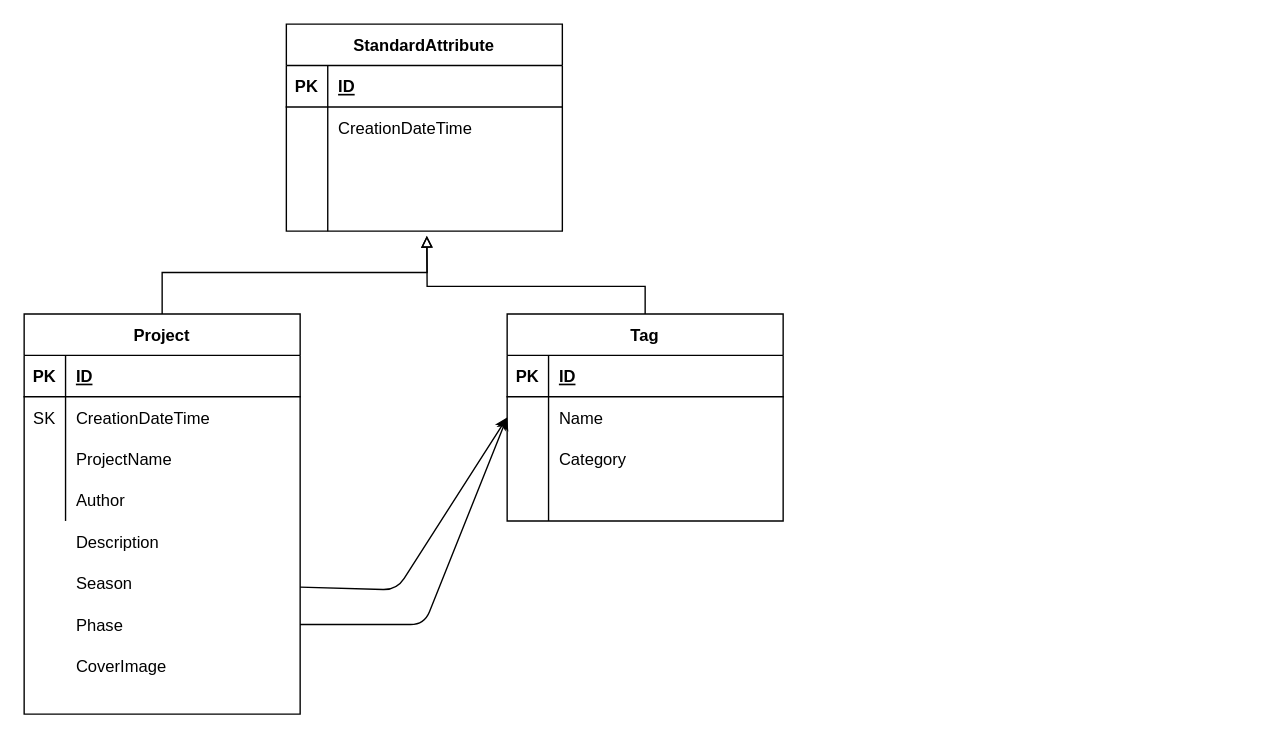
Earlier version of the draw.io diagram page "Data Model" (4 of 4) of .drawio/4d-adidas.drawio (jolo-dev/cdk-restapi-stack). Source tidied: cells renumbered, new cells numbered last; positions are measured from the earlier drawing's top-left corner, leaving out a move shared by most shapes. Both pictures are drawn from the tidied source at 138%, with x=0, y=0 at pixel (23, 23).
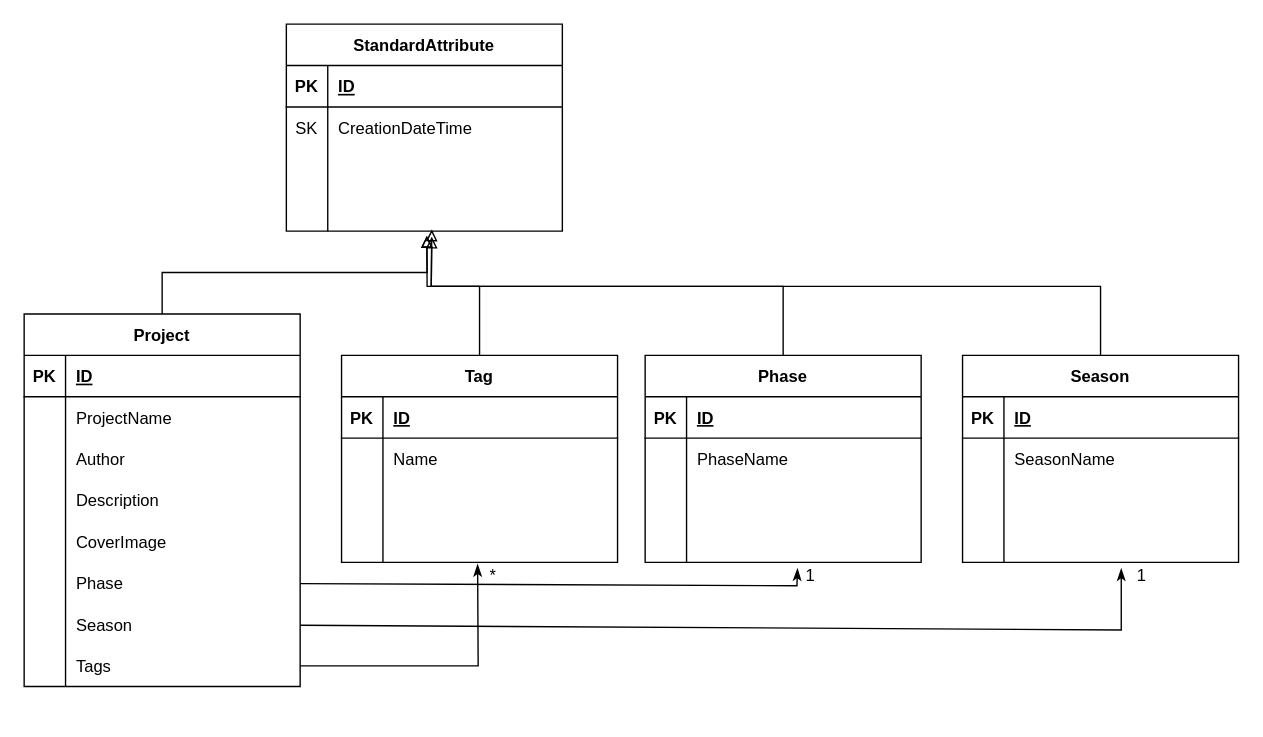
Above is the later version.

The change refers to these unchanged cells:
```xml
<mxCell id="16" style="shape=partialRectangle;fillColor=none;top=0;left=0;bottom=0;right=0;" parent="1" vertex="1">
  <mxGeometry y="360" width="200" height="30" as="geometry" />
</mxCell>
<mxCell id="26" value="Tag" style="shape=table;startSize=30;childLayout=tableLayout;rowLines=0;fontStyle=1;align=center;" parent="25" vertex="1">
  <mxGeometry width="200" height="150" as="geometry" />
</mxCell>
<mxCell id="30" style="shape=partialRectangle;fillColor=none;top=0;left=0;bottom=0;right=0;points=[[0,0.5],[1,0.5]];portConstraint=eastwest;" parent="26" vertex="1">
  <mxGeometry y="60" width="200" height="30" as="geometry" />
</mxCell>
<mxCell id="36" style="shape=partialRectangle;fillColor=none;top=0;left=0;bottom=0;right=0;points=[[0,0.5],[1,0.5]];portConstraint=eastwest;" parent="26" vertex="1">
  <mxGeometry y="120" width="200" height="30" as="geometry" />
</mxCell>
<mxCell id="47" style="shape=partialRectangle;fillColor=none;top=0;left=0;bottom=0;right=0;" parent="43" vertex="1">
  <mxGeometry y="60" width="200" height="30" as="geometry" />
</mxCell>
<mxCell id="53" style="shape=partialRectangle;fillColor=none;top=0;left=0;bottom=0;right=0;points=[[0,0.5],[1,0.5]];portConstraint=eastwest;" parent="43" vertex="1">
  <mxGeometry y="120" width="200" height="30" as="geometry" />
</mxCell>
```

Change to the diagram source:
```diff
@@
     <mxCell id="3" value="Project" style="shape=table;startSize=30;childLayout=tableLayout;rowLines=0;fontStyle=1;align=center;" parent="1" vertex="1">
-      <mxGeometry y="210" width="200" height="290" as="geometry" />
+      <mxGeometry y="210" width="200" height="270" as="geometry" />
     </mxCell>
@@
-    <mxCell id="7" style="shape=partialRectangle;fillColor=none;top=0;left=0;bottom=0;right=0;" parent="3" vertex="1">
-      <mxGeometry y="60" width="200" height="30" as="geometry" />
-    </mxCell>
-    <mxCell id="8" value="SK" style="shape=partialRectangle;fillColor=none;top=0;left=0;bottom=0;right=0;overflow=hidden;" parent="7" vertex="1">
-      <mxGeometry width="30" height="30" as="geometry" />
-    </mxCell>
-    <mxCell id="9" value="CreationDateTime" style="shape=partialRectangle;fillColor=none;top=0;left=0;bottom=0;right=0;align=left;spacingLeft=6;overflow=hidden;" parent="7" vertex="1">
-      <mxGeometry x="30" width="170" height="30" as="geometry" />
-    </mxCell>
     <mxCell id="10" style="shape=partialRectangle;fillColor=none;top=0;left=0;bottom=0;right=0;" parent="3" vertex="1">
-      <mxGeometry y="90" width="200" height="30" as="geometry" />
+      <mxGeometry y="60" width="200" height="30" as="geometry" />
     </mxCell>
@@
     <mxCell id="13" style="shape=partialRectangle;fillColor=none;top=0;left=0;bottom=0;right=0;" parent="3" vertex="1">
-      <mxGeometry y="120" width="200" height="30" as="geometry" />
+      <mxGeometry y="90" width="200" height="30" as="geometry" />
     </mxCell>
@@
+    <mxCell id="57" style="shape=partialRectangle;fillColor=none;top=0;left=0;bottom=0;right=0;" parent="3" vertex="1">
+      <mxGeometry y="120" width="200" height="30" as="geometry" />
+    </mxCell>
+    <mxCell id="58" style="shape=partialRectangle;fillColor=none;top=0;left=0;bottom=0;right=0;overflow=hidden;" parent="57" vertex="1">
+      <mxGeometry width="30" height="30" as="geometry" />
+    </mxCell>
+    <mxCell id="18" value="Description" style="shape=partialRectangle;fillColor=none;top=0;left=0;bottom=0;right=0;align=left;spacingLeft=6;overflow=hidden;" parent="57" vertex="1">
+      <mxGeometry x="30" width="170" height="30" as="geometry" />
+    </mxCell>
+    <mxCell id="59" style="shape=partialRectangle;fillColor=none;top=0;left=0;bottom=0;right=0;" parent="3" vertex="1">
+      <mxGeometry y="150" width="200" height="30" as="geometry" />
+    </mxCell>
+    <mxCell id="60" style="shape=partialRectangle;fillColor=none;top=0;left=0;bottom=0;right=0;overflow=hidden;" parent="59" vertex="1">
+      <mxGeometry width="30" height="30" as="geometry" />
+    </mxCell>
+    <mxCell id="41" value="CoverImage" style="shape=partialRectangle;fillColor=none;top=0;left=0;bottom=0;right=0;align=left;spacingLeft=6;overflow=hidden;" parent="59" vertex="1">
+      <mxGeometry x="30" width="170" height="30" as="geometry" />
+    </mxCell>
+    <mxCell id="61" style="shape=partialRectangle;fillColor=none;top=0;left=0;bottom=0;right=0;points=[[0,0.5],[1,0.5]];portConstraint=eastwest;" parent="3" vertex="1">
+      <mxGeometry y="180" width="200" height="30" as="geometry" />
+    </mxCell>
+    <mxCell id="62" style="shape=partialRectangle;fillColor=none;top=0;left=0;bottom=0;right=0;overflow=hidden;" parent="61" vertex="1">
+      <mxGeometry width="30" height="30" as="geometry" />
+    </mxCell>
+    <mxCell id="24" value="Phase" style="shape=partialRectangle;fillColor=none;top=0;left=0;bottom=0;right=0;align=left;spacingLeft=6;overflow=hidden;" parent="61" vertex="1">
+      <mxGeometry x="30" width="170" height="30" as="geometry" />
+    </mxCell>
+    <mxCell id="63" style="shape=partialRectangle;fillColor=none;top=0;left=0;bottom=0;right=0;points=[[0,0.5],[1,0.5]];portConstraint=eastwest;" parent="3" vertex="1">
+      <mxGeometry y="210" width="200" height="30" as="geometry" />
+    </mxCell>
+    <mxCell id="64" style="shape=partialRectangle;fillColor=none;top=0;left=0;bottom=0;right=0;overflow=hidden;" parent="63" vertex="1">
+      <mxGeometry width="30" height="30" as="geometry" />
+    </mxCell>
+    <mxCell id="21" value="Season" style="shape=partialRectangle;fillColor=none;top=0;left=0;bottom=0;right=0;align=left;spacingLeft=6;overflow=hidden;" parent="63" vertex="1">
+      <mxGeometry x="30" width="170" height="30" as="geometry" />
+    </mxCell>
+    <mxCell id="65" style="shape=partialRectangle;fillColor=none;top=0;left=0;bottom=0;right=0;points=[[0,0.5],[1,0.5]];portConstraint=eastwest;" parent="3" vertex="1">
+      <mxGeometry y="240" width="200" height="30" as="geometry" />
+    </mxCell>
+    <mxCell id="66" style="shape=partialRectangle;fillColor=none;top=0;left=0;bottom=0;right=0;overflow=hidden;" parent="65" vertex="1">
+      <mxGeometry width="30" height="30" as="geometry" />
+    </mxCell>
+    <mxCell id="67" value="Tags" style="shape=partialRectangle;fillColor=none;top=0;left=0;bottom=0;right=0;align=left;spacingLeft=6;overflow=hidden;" parent="65" vertex="1">
+      <mxGeometry x="30" width="170" height="30" as="geometry" />
+    </mxCell>
@@
-    <mxCell id="18" value="Description" style="shape=partialRectangle;fillColor=none;top=0;left=0;bottom=0;right=0;align=left;spacingLeft=6;overflow=hidden;" parent="16" vertex="1">
-      <mxGeometry x="30" width="170" height="30" as="geometry" />
-    </mxCell>
-    <mxCell id="19" style="edgeStyle=none;html=1;entryX=0;entryY=0.5;entryDx=0;entryDy=0;" parent="1" edge="1" source="20" target="30">
-      <mxGeometry relative="1" as="geometry">
-        <Array as="points">
-          <mxPoint x="270" y="410" />
-        </Array>
-      </mxGeometry>
-    </mxCell>
-    <mxCell id="20" style="shape=partialRectangle;fillColor=none;top=0;left=0;bottom=0;right=0;points=[[0,0.5],[1,0.5]];portConstraint=eastwest;" parent="1" vertex="1">
-      <mxGeometry y="390" width="200" height="30" as="geometry" />
-    </mxCell>
-    <mxCell id="21" value="Season" style="shape=partialRectangle;fillColor=none;top=0;left=0;bottom=0;right=0;align=left;spacingLeft=6;overflow=hidden;" parent="20" vertex="1">
-      <mxGeometry x="30" width="170" height="30" as="geometry" />
-    </mxCell>
-    <mxCell id="22" style="edgeStyle=none;html=1;entryX=0;entryY=0.5;entryDx=0;entryDy=0;" parent="1" edge="1" source="23" target="30">
-      <mxGeometry relative="1" as="geometry">
-        <Array as="points">
-          <mxPoint x="290" y="435" />
-        </Array>
-      </mxGeometry>
-    </mxCell>
-    <mxCell id="23" style="shape=partialRectangle;fillColor=none;top=0;left=0;bottom=0;right=0;points=[[0,0.5],[1,0.5]];portConstraint=eastwest;" parent="1" vertex="1">
-      <mxGeometry y="420" width="200" height="30" as="geometry" />
-    </mxCell>
-    <mxCell id="24" value="Phase" style="shape=partialRectangle;fillColor=none;top=0;left=0;bottom=0;right=0;align=left;spacingLeft=6;overflow=hidden;" parent="23" vertex="1">
-      <mxGeometry x="30" width="170" height="30" as="geometry" />
-    </mxCell>
     <mxCell id="25" style="group;" parent="1" vertex="1">
-      <mxGeometry x="350" y="210" width="200" height="150" as="geometry" />
+      <mxGeometry x="230" y="240" width="200" height="150" as="geometry" />
     </mxCell>
@@
-    <mxCell id="39" value="Category" style="shape=partialRectangle;fillColor=none;top=0;left=0;bottom=0;right=0;align=left;spacingLeft=6;overflow=hidden;" parent="25" vertex="1">
-      <mxGeometry x="30" y="90" width="170" height="30" as="geometry" />
-    </mxCell>
-    <mxCell id="40" style="shape=partialRectangle;fillColor=none;top=0;left=0;bottom=0;right=0;" parent="1" vertex="1">
-      <mxGeometry y="450" width="200" height="30" as="geometry" />
-    </mxCell>
-    <mxCell id="41" value="CoverImage" style="shape=partialRectangle;fillColor=none;top=0;left=0;bottom=0;right=0;align=left;spacingLeft=6;overflow=hidden;" parent="40" vertex="1">
-      <mxGeometry x="30" width="170" height="30" as="geometry" />
-    </mxCell>
@@
-    <mxCell id="48" style="shape=partialRectangle;fillColor=none;top=0;left=0;bottom=0;right=0;overflow=hidden;" parent="47" vertex="1">
+    <mxCell id="48" value="SK" style="shape=partialRectangle;fillColor=none;top=0;left=0;bottom=0;right=0;overflow=hidden;" parent="47" vertex="1">
       <mxGeometry width="30" height="30" as="geometry" />
     </mxCell>
@@
-    <mxCell id="56" style="edgeStyle=none;rounded=0;html=1;entryX=0.509;entryY=1.117;entryDx=0;entryDy=0;entryPerimeter=0;endArrow=block;endFill=0;" parent="1" edge="1" source="26" target="53">
+    <mxCell id="56" style="edgeStyle=none;rounded=0;html=1;entryX=0.509;entryY=1.117;entryDx=0;entryDy=0;entryPerimeter=0;endArrow=block;endFill=0;exitX=0.5;exitY=0;exitDx=0;exitDy=0;" parent="1" edge="1" source="26" target="53">
       <mxGeometry relative="1" as="geometry">
         <Array as="points">
-          <mxPoint x="450" y="190" />
+          <mxPoint x="330" y="190" />
           <mxPoint x="292" y="190" />
         </Array>
       </mxGeometry>
     </mxCell>
+    <mxCell id="68" style="edgeStyle=none;rounded=0;html=1;entryX=0.527;entryY=1.133;entryDx=0;entryDy=0;entryPerimeter=0;endArrow=block;endFill=0;" parent="1" edge="1" source="69" target="53">
+      <mxGeometry relative="1" as="geometry">
+        <Array as="points">
+          <mxPoint x="780" y="190" />
+          <mxPoint x="295" y="190" />
+        </Array>
+      </mxGeometry>
+    </mxCell>
+    <mxCell id="69" value="Season" style="shape=table;startSize=30;childLayout=tableLayout;rowLines=0;fontStyle=1;align=center;" parent="1" vertex="1">
+      <mxGeometry x="680" y="240" width="200" height="150" as="geometry" />
+    </mxCell>
+    <mxCell id="70" style="shape=partialRectangle;fillColor=none;top=0;left=0;bottom=1;right=0;" parent="69" vertex="1">
+      <mxGeometry y="30" width="200" height="30" as="geometry" />
+    </mxCell>
+    <mxCell id="71" value="PK" style="shape=partialRectangle;fillColor=none;top=0;left=0;bottom=0;right=0;fontStyle=1;overflow=hidden;" parent="70" vertex="1">
+      <mxGeometry width="30" height="30" as="geometry" />
+    </mxCell>
+    <mxCell id="72" value="ID" style="shape=partialRectangle;fillColor=none;top=0;left=0;bottom=0;right=0;align=left;spacingLeft=6;fontStyle=5;overflow=hidden;" parent="70" vertex="1">
+      <mxGeometry x="30" width="170" height="30" as="geometry" />
+    </mxCell>
+    <mxCell id="73" style="shape=partialRectangle;fillColor=none;top=0;left=0;bottom=0;right=0;" parent="69" vertex="1">
+      <mxGeometry y="60" width="200" height="30" as="geometry" />
+    </mxCell>
+    <mxCell id="74" style="shape=partialRectangle;fillColor=none;top=0;left=0;bottom=0;right=0;overflow=hidden;" parent="73" vertex="1">
+      <mxGeometry width="30" height="30" as="geometry" />
+    </mxCell>
+    <mxCell id="75" value="SeasonName" style="shape=partialRectangle;fillColor=none;top=0;left=0;bottom=0;right=0;align=left;spacingLeft=6;overflow=hidden;" parent="73" vertex="1">
+      <mxGeometry x="30" width="170" height="30" as="geometry" />
+    </mxCell>
+    <mxCell id="76" style="shape=partialRectangle;fillColor=none;top=0;left=0;bottom=0;right=0;" parent="69" vertex="1">
+      <mxGeometry y="90" width="200" height="30" as="geometry" />
+    </mxCell>
+    <mxCell id="77" style="shape=partialRectangle;fillColor=none;top=0;left=0;bottom=0;right=0;overflow=hidden;" parent="76" vertex="1">
+      <mxGeometry width="30" height="30" as="geometry" />
+    </mxCell>
+    <mxCell id="78" style="shape=partialRectangle;fillColor=none;top=0;left=0;bottom=0;right=0;align=left;spacingLeft=6;overflow=hidden;" parent="76" vertex="1">
+      <mxGeometry x="30" width="170" height="30" as="geometry" />
+    </mxCell>
+    <mxCell id="79" style="shape=partialRectangle;fillColor=none;top=0;left=0;bottom=0;right=0;points=[[0,0.5],[1,0.5]];portConstraint=eastwest;" parent="69" vertex="1">
+      <mxGeometry y="120" width="200" height="30" as="geometry" />
+    </mxCell>
+    <mxCell id="80" style="shape=partialRectangle;fillColor=none;top=0;left=0;bottom=0;right=0;overflow=hidden;" parent="79" vertex="1">
+      <mxGeometry width="30" height="30" as="geometry" />
+    </mxCell>
+    <mxCell id="81" style="shape=partialRectangle;fillColor=none;top=0;left=0;bottom=0;right=0;align=left;spacingLeft=6;overflow=hidden;" parent="79" vertex="1">
+      <mxGeometry x="30" width="170" height="30" as="geometry" />
+    </mxCell>
+    <mxCell id="82" style="edgeStyle=none;rounded=0;html=1;entryX=0.527;entryY=0.961;entryDx=0;entryDy=0;entryPerimeter=0;endArrow=block;endFill=0;" parent="1" edge="1" source="83" target="53">
+      <mxGeometry relative="1" as="geometry">
+        <Array as="points">
+          <mxPoint x="550" y="190" />
+          <mxPoint x="295" y="190" />
+        </Array>
+      </mxGeometry>
+    </mxCell>
+    <mxCell id="83" value="Phase" style="shape=table;startSize=30;childLayout=tableLayout;rowLines=0;fontStyle=1;align=center;" parent="1" vertex="1">
+      <mxGeometry x="450" y="240" width="200" height="150" as="geometry" />
+    </mxCell>
+    <mxCell id="84" style="shape=partialRectangle;fillColor=none;top=0;left=0;bottom=1;right=0;" parent="83" vertex="1">
+      <mxGeometry y="30" width="200" height="30" as="geometry" />
+    </mxCell>
+    <mxCell id="85" value="PK" style="shape=partialRectangle;fillColor=none;top=0;left=0;bottom=0;right=0;fontStyle=1;overflow=hidden;" parent="84" vertex="1">
+      <mxGeometry width="30" height="30" as="geometry" />
+    </mxCell>
+    <mxCell id="86" value="ID" style="shape=partialRectangle;fillColor=none;top=0;left=0;bottom=0;right=0;align=left;spacingLeft=6;fontStyle=5;overflow=hidden;" parent="84" vertex="1">
+      <mxGeometry x="30" width="170" height="30" as="geometry" />
+    </mxCell>
+    <mxCell id="87" style="shape=partialRectangle;fillColor=none;top=0;left=0;bottom=0;right=0;" parent="83" vertex="1">
+      <mxGeometry y="60" width="200" height="30" as="geometry" />
+    </mxCell>
+    <mxCell id="88" style="shape=partialRectangle;fillColor=none;top=0;left=0;bottom=0;right=0;overflow=hidden;" parent="87" vertex="1">
+      <mxGeometry width="30" height="30" as="geometry" />
+    </mxCell>
+    <mxCell id="89" value="PhaseName" style="shape=partialRectangle;fillColor=none;top=0;left=0;bottom=0;right=0;align=left;spacingLeft=6;overflow=hidden;" parent="87" vertex="1">
+      <mxGeometry x="30" width="170" height="30" as="geometry" />
+    </mxCell>
+    <mxCell id="90" style="shape=partialRectangle;fillColor=none;top=0;left=0;bottom=0;right=0;" parent="83" vertex="1">
+      <mxGeometry y="90" width="200" height="30" as="geometry" />
+    </mxCell>
+    <mxCell id="91" style="shape=partialRectangle;fillColor=none;top=0;left=0;bottom=0;right=0;overflow=hidden;" parent="90" vertex="1">
+      <mxGeometry width="30" height="30" as="geometry" />
+    </mxCell>
+    <mxCell id="92" style="shape=partialRectangle;fillColor=none;top=0;left=0;bottom=0;right=0;align=left;spacingLeft=6;overflow=hidden;" parent="90" vertex="1">
+      <mxGeometry x="30" width="170" height="30" as="geometry" />
+    </mxCell>
+    <mxCell id="93" style="shape=partialRectangle;fillColor=none;top=0;left=0;bottom=0;right=0;points=[[0,0.5],[1,0.5]];portConstraint=eastwest;" parent="83" vertex="1">
+      <mxGeometry y="120" width="200" height="30" as="geometry" />
+    </mxCell>
+    <mxCell id="94" style="shape=partialRectangle;fillColor=none;top=0;left=0;bottom=0;right=0;overflow=hidden;" parent="93" vertex="1">
+      <mxGeometry width="30" height="30" as="geometry" />
+    </mxCell>
+    <mxCell id="95" style="shape=partialRectangle;fillColor=none;top=0;left=0;bottom=0;right=0;align=left;spacingLeft=6;overflow=hidden;" parent="93" vertex="1">
+      <mxGeometry x="30" width="170" height="30" as="geometry" />
+    </mxCell>
+    <mxCell id="96" style="edgeStyle=none;rounded=0;html=1;entryX=0.493;entryY=1.044;entryDx=0;entryDy=0;endArrow=classicThin;endFill=1;entryPerimeter=0;" parent="1" edge="1" source="65" target="36">
+      <mxGeometry relative="1" as="geometry">
+        <Array as="points">
+          <mxPoint x="329" y="465" />
+        </Array>
+      </mxGeometry>
+    </mxCell>
+    <mxCell id="97" style="edgeStyle=none;rounded=0;html=1;entryX=0.575;entryY=1.144;entryDx=0;entryDy=0;entryPerimeter=0;endArrow=classicThin;endFill=1;" parent="1" edge="1" source="63" target="79">
+      <mxGeometry relative="1" as="geometry">
+        <Array as="points">
+          <mxPoint x="795" y="439" />
+        </Array>
+      </mxGeometry>
+    </mxCell>
+    <mxCell id="98" style="edgeStyle=none;rounded=0;html=1;entryX=0.552;entryY=1.144;entryDx=0;entryDy=0;entryPerimeter=0;endArrow=classicThin;endFill=1;" parent="1" edge="1" source="61" target="93">
+      <mxGeometry relative="1" as="geometry">
+        <Array as="points">
+          <mxPoint x="560" y="407" />
+        </Array>
+      </mxGeometry>
+    </mxCell>
+    <mxCell id="99" value="1" style="text;html=1;strokeColor=none;fillColor=none;align=center;verticalAlign=middle;whiteSpace=wrap;rounded=0;" parent="1" vertex="1">
+      <mxGeometry x="790" y="390" width="40" height="20" as="geometry" />
+    </mxCell>
+    <mxCell id="100" value="1" style="text;html=1;strokeColor=none;fillColor=none;align=center;verticalAlign=middle;whiteSpace=wrap;rounded=0;" parent="1" vertex="1">
+      <mxGeometry x="550" y="390" width="40" height="20" as="geometry" />
+    </mxCell>
+    <mxCell id="101" value="*" style="text;html=1;strokeColor=none;fillColor=none;align=center;verticalAlign=middle;whiteSpace=wrap;rounded=0;" parent="1" vertex="1">
+      <mxGeometry x="320" y="390" width="40" height="20" as="geometry" />
+    </mxCell>
```
